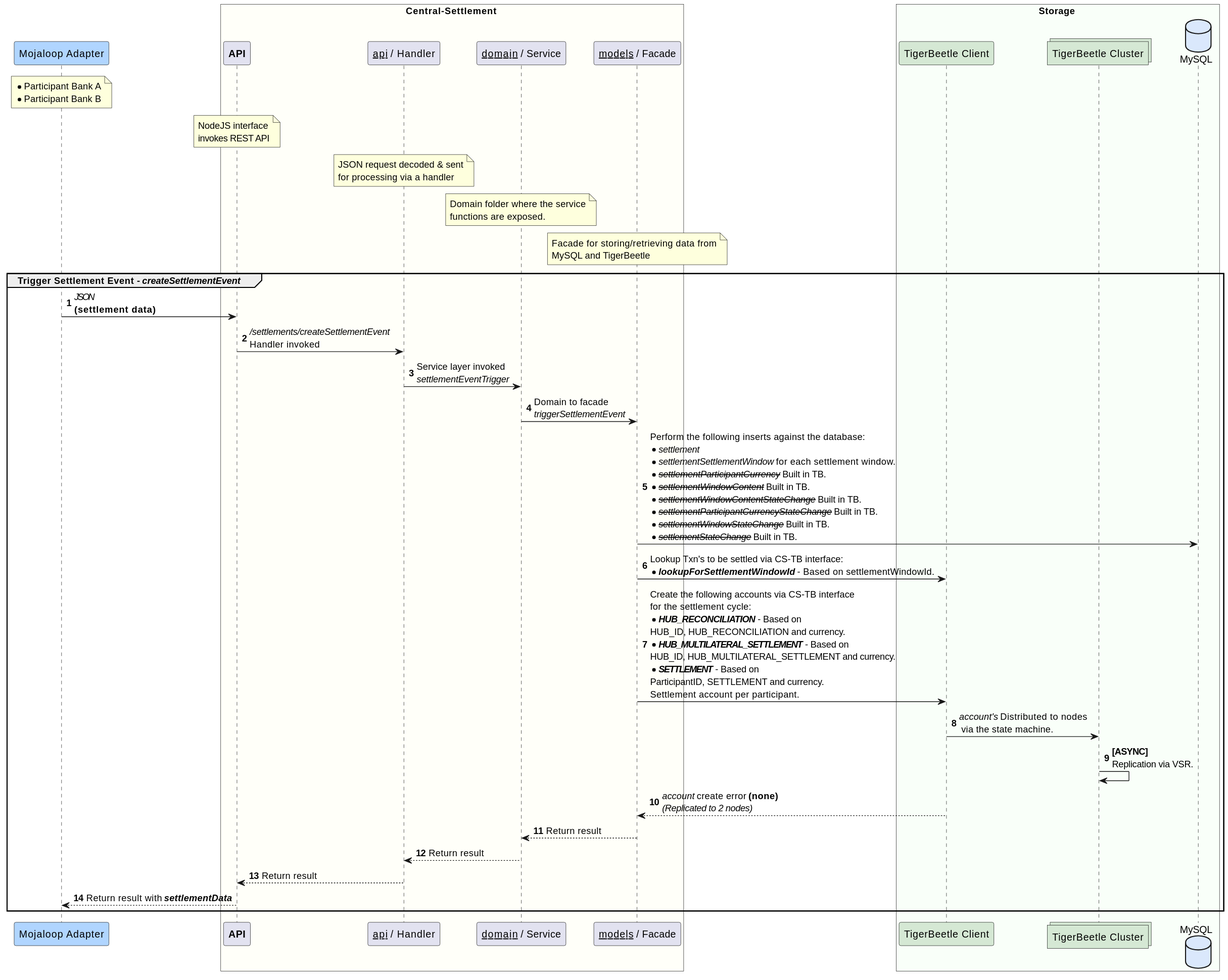
Earlier version of the PlantUML export solution_design/sequence-settlement-tb-enabled-trigger.svg (coilhq/mucoa).
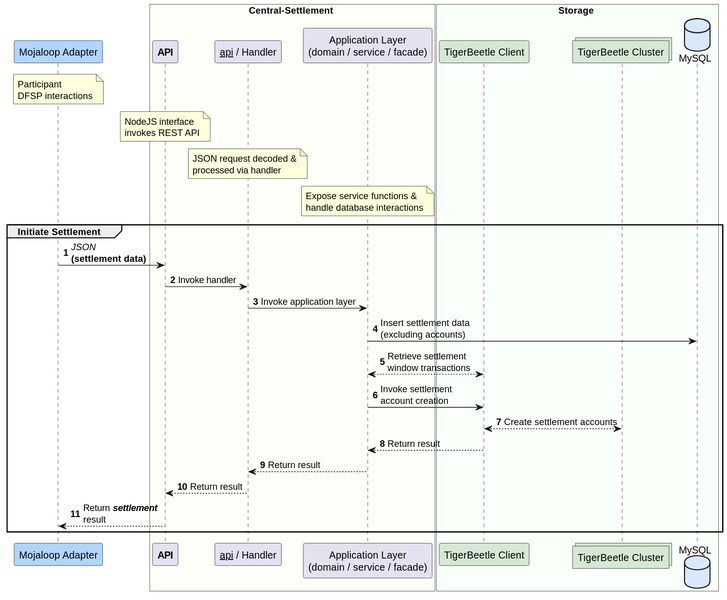
After the commit.

Change to the diagram source:
```diff
@@ -2,35 +2,30 @@
 
 participant "Mojaloop Adapter" as dfsp #B0D5FF
 note over dfsp
-    * Participant Bank A
-    * Participant Bank B
+    Participant
+    DFSP interactions
 end note
 
 box Central-Settlement #FFFFF9
-    participant "**API**" as cl_api
+    participant "**API**" as cs_api
     participant "__api__ / Handler" as cs_handler
-    participant "__domain__ / Service" as cs_domain
-    participant "__models__ / Facade" as cs_facade
+    participant "Application Layer\n(domain / service / facade)" as cs_domain
 
-note over cl_api
+note over cs_api
         NodeJS interface
         invokes REST API
     end note
 
     note over cs_handler
-        JSON request decoded & sent
-        for processing via a handler
+        JSON request decoded &
+        processed via handler
     end note
 
     note over cs_domain
-        Domain folder where the service
-        functions are exposed.
+        Expose service functions &
+        handle database interactions
     end note
 
-    note over cs_facade
-        Facade for storing/retrieving data from
-        MySQL and TigerBeetle
-    end note
 end box
 
 box Storage #F9FFF9
@@ -40,21 +35,18 @@
 end box
 
 autonumber
-group Trigger Settlement Event - //createSettlementEvent//
-    dfsp -> cl_api : //JSON// \n**(settlement data)**
-    cl_api -> cs_handler : ///settlements/createSettlementEvent// \nHandler invoked
-    cs_handler -> cs_domain : Service layer invoked\n//settlementEventTrigger//
-    cs_domain -> cs_facade : Domain to facade\n//triggerSettlementEvent//
-    cs_facade -> cl_db : Perform the following inserts against the database:\n*//settlement//\n*//settlementSettlementWindow// for each settlement window.\n*--//settlementParticipantCurrency//-- Built in TB. \n*--//settlementWindowContent//-- Built in TB. \n*--//settlementWindowContentStateChange//-- Built in TB. \n*--//settlementParticipantCurrencyStateChange//-- Built in TB.\n*--//settlementWindowStateChange//-- Built in TB.\n*--//settlementStateChange//-- Built in TB.
-    cs_facade -> tb_client : Lookup Txn's to be settled via CS-TB interface:\n*//**lookupForSettlementWindowId**// - Based on settlementWindowId.
-    cs_facade -> tb_client : Create the following accounts via CS-TB interface \nfor the settlement cycle:\n*//**HUB_RECONCILIATION**// - Based on \nHUB_ID, HUB_RECONCILIATION and currency.\n*//**HUB_MULTILATERAL_SETTLEMENT**// - Based on \nHUB_ID, HUB_MULTILATERAL_SETTLEMENT and currency.\n*//**SETTLEMENT**// - Based on \nParticipantID, SETTLEMENT and currency.\nSettlement account per participant.
-    tb_client -> tb_nodes : //account's// Distributed to nodes\n via the state machine.
-    tb_nodes -> tb_nodes : **[ASYNC]**\nReplication via VSR.
-    tb_client --> cs_facade : //account// create error **(none)**\n//(Replicated to 2 nodes)//
-    cs_facade --> cs_domain : Return result
+group Initiate Settlement
+    dfsp -> cs_api : //JSON// \n**(settlement data)**
+    cs_api -> cs_handler : Invoke handler
+    cs_handler -> cs_domain : Invoke application layer
+    cs_domain -> cl_db : Insert settlement data \n(excluding accounts)
+    cs_domain <--> tb_client : Retrieve settlement \nwindow transactions
+    cs_domain -> tb_client : Invoke settlement \naccount creation
+    tb_client <--> tb_nodes : Create settlement accounts
+    tb_client --> cs_domain : Return result
     cs_domain --> cs_handler : Return result
-    cs_handler --> cl_api : Return result
-    cl_api --> dfsp : Return result with //**settlementData**//
+    cs_handler --> cs_api : Return result
+    cs_api --> dfsp : Return //**settlement**// \nresult
 end
 
 @enduml
```
